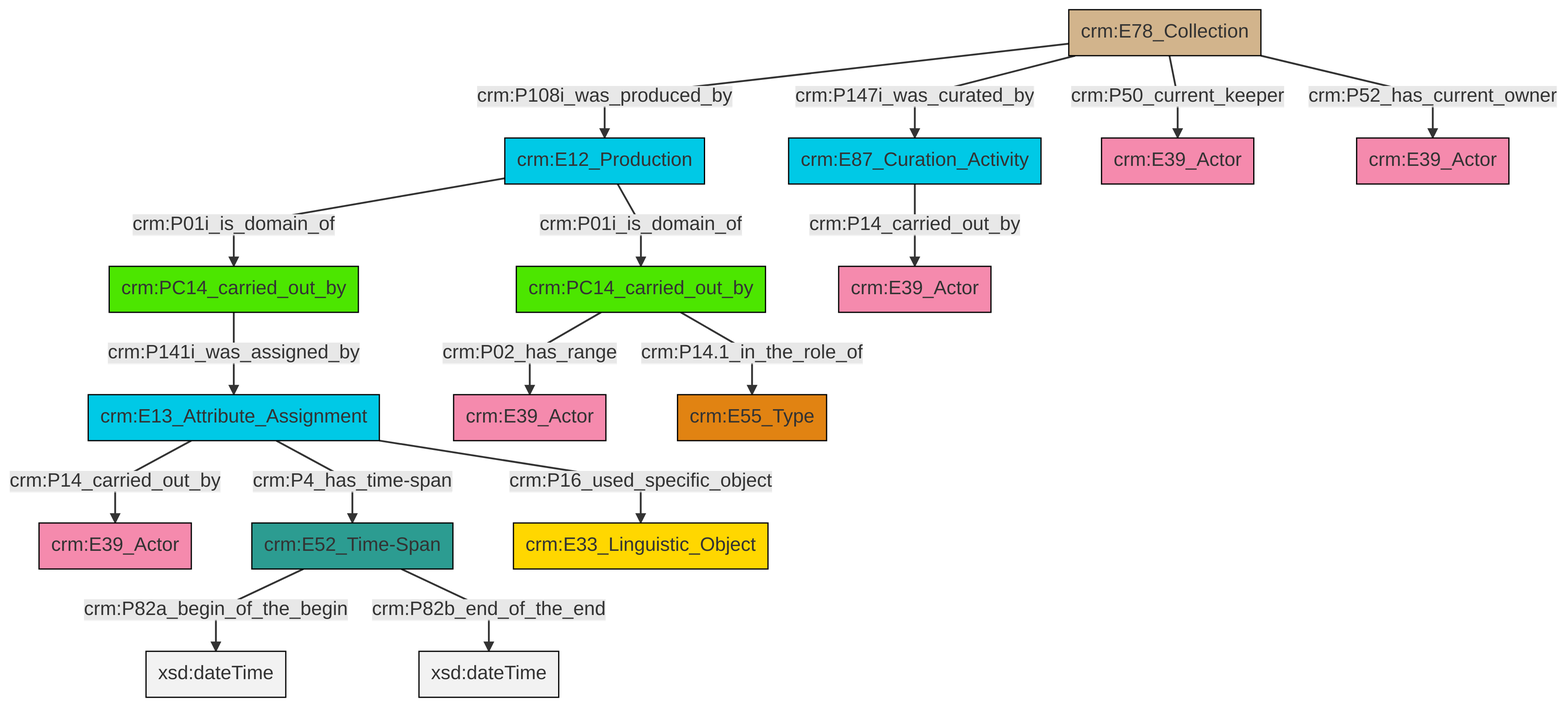
This is et/archivalCSV/ttl/mmd/png/archival_relation.png from swiss-art-research-net/docs.swissartresearch, a Mermaid export, as it was before one commit. Its source is kept beside it as et/archivalCSV/ttl/mmd/archival_relation.ttl.mmd.
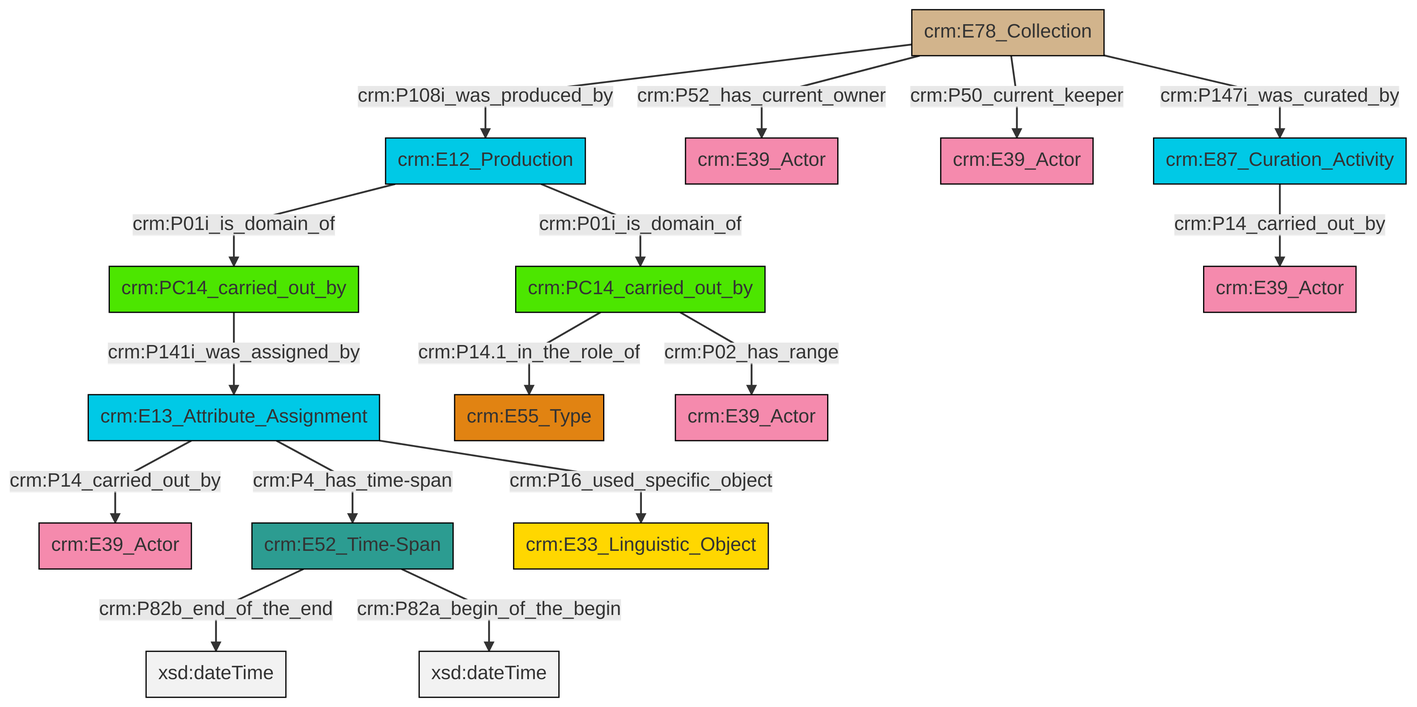
After the commit.

Diff of the diagram source:
```diff
@@ -13,18 +13,18 @@
 classDef PC_Classes fill:#4ce600, stroke:#000000;
 classDef Multi fill:#cccccc,stroke:#000000;
 
-6["crm:E13_Attribute_Assignment"]:::Temporal_Entity -->|crm:P14_carried_out_by| 7["crm:E39_Actor"]:::Actor
-2["crm:E78_Collection"]:::Physical_Thing -->|crm:P108i_was_produced_by| 0["crm:E12_Production"]:::Temporal_Entity
-0["crm:E12_Production"]:::Temporal_Entity -->|crm:P01i_is_domain_of| 8["crm:PC14_carried_out_by"]:::PC_Classes
-9["crm:E52_Time-Span"]:::Time-Span -->|crm:P82a_begin_of_the_begin| 10[xsd:dateTime]:::Literal
-8["crm:PC14_carried_out_by"]:::PC_Classes -->|crm:P02_has_range| 11["crm:E39_Actor"]:::Actor
-2["crm:E78_Collection"]:::Physical_Thing -->|crm:P147i_was_curated_by| 4["crm:E87_Curation_Activity"]:::Temporal_Entity
-2["crm:E78_Collection"]:::Physical_Thing -->|crm:P50_current_keeper| 14["crm:E39_Actor"]:::Actor
-8["crm:PC14_carried_out_by"]:::PC_Classes -->|crm:P14.1_in_the_role_of| 20["crm:E55_Type"]:::Type
-2["crm:E78_Collection"]:::Physical_Thing -->|crm:P52_has_current_owner| 16["crm:E39_Actor"]:::Actor
-6["crm:E13_Attribute_Assignment"]:::Temporal_Entity -->|crm:P4_has_time-span| 9["crm:E52_Time-Span"]:::Time-Span
-6["crm:E13_Attribute_Assignment"]:::Temporal_Entity -->|crm:P16_used_specific_object| 23["crm:E33_Linguistic_Object"]:::Conceptual_Object
-12["crm:PC14_carried_out_by"]:::PC_Classes -->|crm:P141i_was_assigned_by| 6["crm:E13_Attribute_Assignment"]:::Temporal_Entity
-4["crm:E87_Curation_Activity"]:::Temporal_Entity -->|crm:P14_carried_out_by| 18["crm:E39_Actor"]:::Actor
-0["crm:E12_Production"]:::Temporal_Entity -->|crm:P01i_is_domain_of| 12["crm:PC14_carried_out_by"]:::PC_Classes
-9["crm:E52_Time-Span"]:::Time-Span -->|crm:P82b_end_of_the_end| 28[xsd:dateTime]:::Literal
+0["crm:E13_Attribute_Assignment"]:::Temporal_Entity -->|crm:P14_carried_out_by| 1["crm:E39_Actor"]:::Actor
+2["crm:PC14_carried_out_by"]:::PC_Classes -->|crm:P14.1_in_the_role_of| 3["crm:E55_Type"]:::Type
+4["crm:E52_Time-Span"]:::Time-Span -->|crm:P82b_end_of_the_end| 5[xsd:dateTime]:::Literal
+6["crm:E78_Collection"]:::Physical_Thing -->|crm:P108i_was_produced_by| 7["crm:E12_Production"]:::Temporal_Entity
+6["crm:E78_Collection"]:::Physical_Thing -->|crm:P52_has_current_owner| 9["crm:E39_Actor"]:::Actor
+7["crm:E12_Production"]:::Temporal_Entity -->|crm:P01i_is_domain_of| 2["crm:PC14_carried_out_by"]:::PC_Classes
+7["crm:E12_Production"]:::Temporal_Entity -->|crm:P01i_is_domain_of| 12["crm:PC14_carried_out_by"]:::PC_Classes
+0["crm:E13_Attribute_Assignment"]:::Temporal_Entity -->|crm:P16_used_specific_object| 16["crm:E33_Linguistic_Object"]:::Conceptual_Object
+17["crm:E87_Curation_Activity"]:::Temporal_Entity -->|crm:P14_carried_out_by| 13["crm:E39_Actor"]:::Actor
+4["crm:E52_Time-Span"]:::Time-Span -->|crm:P82a_begin_of_the_begin| 19[xsd:dateTime]:::Literal
+12["crm:PC14_carried_out_by"]:::PC_Classes -->|crm:P141i_was_assigned_by| 0["crm:E13_Attribute_Assignment"]:::Temporal_Entity
+6["crm:E78_Collection"]:::Physical_Thing -->|crm:P50_current_keeper| 10["crm:E39_Actor"]:::Actor
+6["crm:E78_Collection"]:::Physical_Thing -->|crm:P147i_was_curated_by| 17["crm:E87_Curation_Activity"]:::Temporal_Entity
+0["crm:E13_Attribute_Assignment"]:::Temporal_Entity -->|crm:P4_has_time-span| 4["crm:E52_Time-Span"]:::Time-Span
+2["crm:PC14_carried_out_by"]:::PC_Classes -->|crm:P02_has_range| 24["crm:E39_Actor"]:::Actor
```
